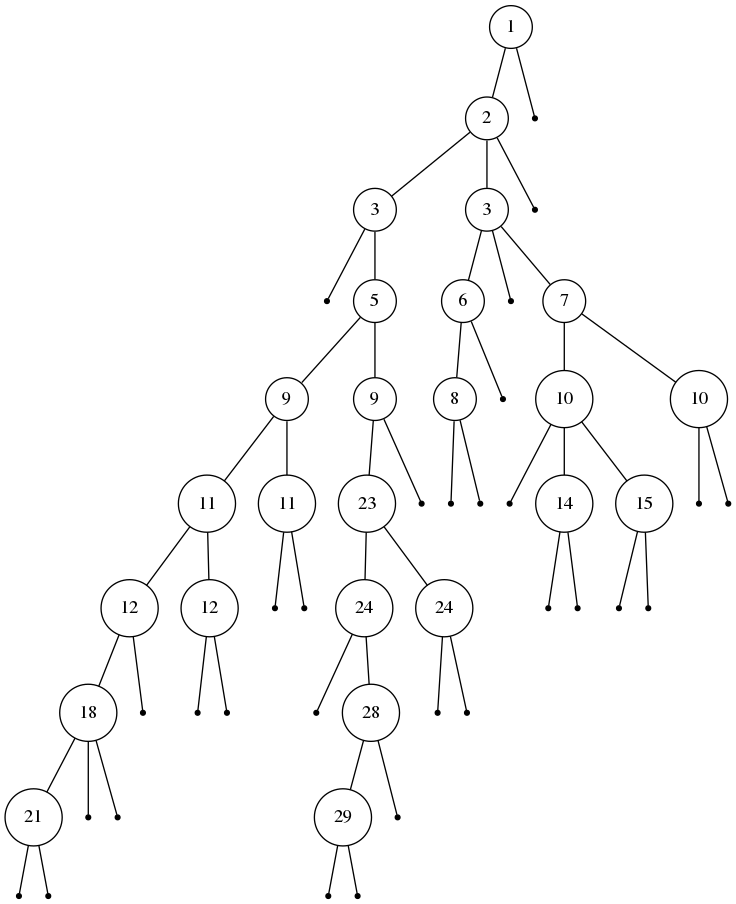
Before: tree/test9.png, a diagram exported from Graphviz (Shaolans/Projet_AAGA). Its source is kept beside it as tree/test9.dot.
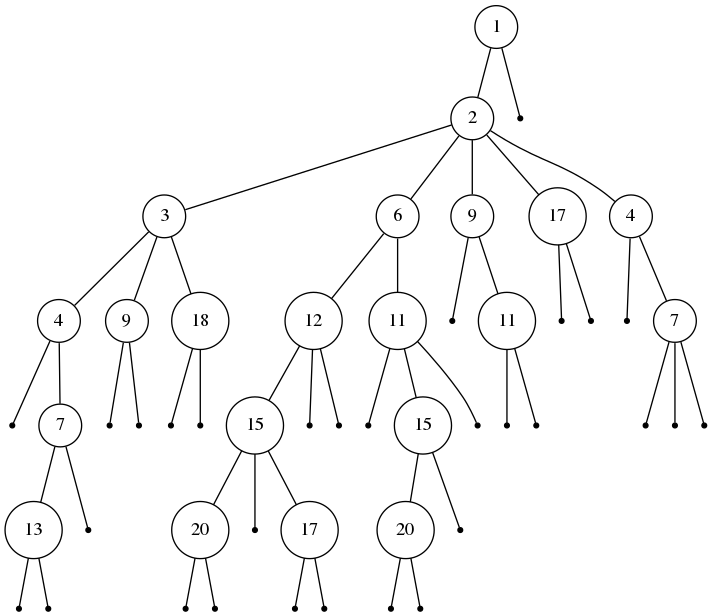
The same file after the commit.

What changed in the source:
```diff
@@ -3,110 +3,102 @@
 treeimplementationSchroderTreeImpl7ea987ac [label="1", shape=circle, width=0.1];
 treeimplementationSchroderTreeImpl7ea987ac -> treeimplementationSchroderTreeImpl12a3a380;
 treeimplementationSchroderTreeImpl7ea987ac -> treeimplementationSchroderTreeImpl29453f44;
+treeimplementationSchroderTreeImpl7ea987ac -> treeimplementationSchroderTreeImpl5cad8086;
 treeimplementationSchroderTreeImpl12a3a380 [label="2", shape=circle, width=0.1];
-treeimplementationSchroderTreeImpl12a3a380 -> treeimplementationSchroderTreeImpl5cad8086;
 treeimplementationSchroderTreeImpl12a3a380 -> treeimplementationSchroderTreeImpl6e0be858;
 treeimplementationSchroderTreeImpl12a3a380 -> treeimplementationSchroderTreeImpl61bbe9ba;
-treeimplementationSchroderTreeImpl5cad8086 [label="3", shape=circle, width=0.1];
-treeimplementationSchroderTreeImpl5cad8086 -> treeimplementationSchroderTreeImpl610455d6;
-treeimplementationSchroderTreeImpl5cad8086 -> treeimplementationSchroderTreeImpl511d50c0;
+treeimplementationSchroderTreeImpl6e0be858 [label="3", shape=circle, width=0.1];
+treeimplementationSchroderTreeImpl6e0be858 -> treeimplementationSchroderTreeImpl610455d6;
+treeimplementationSchroderTreeImpl6e0be858 -> treeimplementationSchroderTreeImpl511d50c0;
 treeimplementationSchroderTreeImpl610455d6 [label="", shape=point];
-treeimplementationSchroderTreeImpl511d50c0 [label="5", shape=circle, width=0.1];
+treeimplementationSchroderTreeImpl511d50c0 [label="7", shape=circle, width=0.1];
 treeimplementationSchroderTreeImpl511d50c0 -> treeimplementationSchroderTreeImpl60e53b93;
 treeimplementationSchroderTreeImpl511d50c0 -> treeimplementationSchroderTreeImpl5e2de80c;
-treeimplementationSchroderTreeImpl60e53b93 [label="9", shape=circle, width=0.1];
+treeimplementationSchroderTreeImpl60e53b93 [label="14", shape=circle, width=0.1];
 treeimplementationSchroderTreeImpl60e53b93 -> treeimplementationSchroderTreeImpl1d44bcfa;
 treeimplementationSchroderTreeImpl60e53b93 -> treeimplementationSchroderTreeImpl266474c2;
-treeimplementationSchroderTreeImpl1d44bcfa [label="11", shape=circle, width=0.1];
-treeimplementationSchroderTreeImpl1d44bcfa -> treeimplementationSchroderTreeImpl6f94fa3e;
-treeimplementationSchroderTreeImpl1d44bcfa -> treeimplementationSchroderTreeImpl5e481248;
-treeimplementationSchroderTreeImpl6f94fa3e [label="12", shape=circle, width=0.1];
-treeimplementationSchroderTreeImpl6f94fa3e -> treeimplementationSchroderTreeImpl66d3c617;
-treeimplementationSchroderTreeImpl6f94fa3e -> treeimplementationSchroderTreeImpl63947c6b;
-treeimplementationSchroderTreeImpl66d3c617 [label="18", shape=circle, width=0.1];
-treeimplementationSchroderTreeImpl66d3c617 -> treeimplementationSchroderTreeImpl2b193f2d;
-treeimplementationSchroderTreeImpl66d3c617 -> treeimplementationSchroderTreeImpl355da254;
-treeimplementationSchroderTreeImpl66d3c617 -> treeimplementationSchroderTreeImpl4dc63996;
-treeimplementationSchroderTreeImpl2b193f2d [label="21", shape=circle, width=0.1];
-treeimplementationSchroderTreeImpl2b193f2d -> treeimplementationSchroderTreeImpld716361;
+treeimplementationSchroderTreeImpl60e53b93 -> treeimplementationSchroderTreeImpl6f94fa3e;
+treeimplementationSchroderTreeImpl1d44bcfa [label="", shape=point];
+treeimplementationSchroderTreeImpl266474c2 [label="", shape=point];
+treeimplementationSchroderTreeImpl6f94fa3e [label="", shape=point];
+treeimplementationSchroderTreeImpl5e2de80c [label="", shape=point];
+treeimplementationSchroderTreeImpl61bbe9ba [label="4", shape=circle, width=0.1];
+treeimplementationSchroderTreeImpl61bbe9ba -> treeimplementationSchroderTreeImpl5e481248;
+treeimplementationSchroderTreeImpl61bbe9ba -> treeimplementationSchroderTreeImpl66d3c617;
+treeimplementationSchroderTreeImpl5e481248 [label="6", shape=circle, width=0.1];
+treeimplementationSchroderTreeImpl5e481248 -> treeimplementationSchroderTreeImpl63947c6b;
+treeimplementationSchroderTreeImpl5e481248 -> treeimplementationSchroderTreeImpl2b193f2d;
+treeimplementationSchroderTreeImpl5e481248 -> treeimplementationSchroderTreeImpl355da254;
+treeimplementationSchroderTreeImpl5e481248 -> treeimplementationSchroderTreeImpl4dc63996;
+treeimplementationSchroderTreeImpl5e481248 -> treeimplementationSchroderTreeImpld716361;
+treeimplementationSchroderTreeImpl63947c6b [label="", shape=point];
+treeimplementationSchroderTreeImpl2b193f2d [label="19", shape=circle, width=0.1];
 treeimplementationSchroderTreeImpl2b193f2d -> treeimplementationSchroderTreeImpl6ff3c5b5;
+treeimplementationSchroderTreeImpl2b193f2d -> treeimplementationSchroderTreeImpl3764951d;
+treeimplementationSchroderTreeImpl6ff3c5b5 [label="", shape=point];
+treeimplementationSchroderTreeImpl3764951d [label="", shape=point];
+treeimplementationSchroderTreeImpl355da254 [label="", shape=point];
+treeimplementationSchroderTreeImpl4dc63996 [label="9", shape=circle, width=0.1];
+treeimplementationSchroderTreeImpl4dc63996 -> treeimplementationSchroderTreeImpl4b1210ee;
+treeimplementationSchroderTreeImpl4dc63996 -> treeimplementationSchroderTreeImpl4d7e1886;
+treeimplementationSchroderTreeImpl4b1210ee [label="16", shape=circle, width=0.1];
+treeimplementationSchroderTreeImpl4b1210ee -> treeimplementationSchroderTreeImpl3cd1a2f1;
+treeimplementationSchroderTreeImpl4b1210ee -> treeimplementationSchroderTreeImpl2f0e140b;
+treeimplementationSchroderTreeImpl3cd1a2f1 [label="", shape=point];
+treeimplementationSchroderTreeImpl2f0e140b [label="", shape=point];
+treeimplementationSchroderTreeImpl4d7e1886 [label="", shape=point];
 treeimplementationSchroderTreeImpld716361 [label="", shape=point];
-treeimplementationSchroderTreeImpl6ff3c5b5 [label="", shape=point];
-treeimplementationSchroderTreeImpl355da254 [label="", shape=point];
-treeimplementationSchroderTreeImpl4dc63996 [label="", shape=point];
-treeimplementationSchroderTreeImpl63947c6b [label="", shape=point];
-treeimplementationSchroderTreeImpl5e481248 [label="12", shape=circle, width=0.1];
-treeimplementationSchroderTreeImpl5e481248 -> treeimplementationSchroderTreeImpl3764951d;
-treeimplementationSchroderTreeImpl5e481248 -> treeimplementationSchroderTreeImpl4b1210ee;
-treeimplementationSchroderTreeImpl3764951d [label="", shape=point];
-treeimplementationSchroderTreeImpl4b1210ee [label="", shape=point];
-treeimplementationSchroderTreeImpl266474c2 [label="11", shape=circle, width=0.1];
-treeimplementationSchroderTreeImpl266474c2 -> treeimplementationSchroderTreeImpl4d7e1886;
-treeimplementationSchroderTreeImpl266474c2 -> treeimplementationSchroderTreeImpl3cd1a2f1;
-treeimplementationSchroderTreeImpl4d7e1886 [label="", shape=point];
-treeimplementationSchroderTreeImpl3cd1a2f1 [label="", shape=point];
-treeimplementationSchroderTreeImpl5e2de80c [label="9", shape=circle, width=0.1];
-treeimplementationSchroderTreeImpl5e2de80c -> treeimplementationSchroderTreeImpl2f0e140b;
-treeimplementationSchroderTreeImpl5e2de80c -> treeimplementationSchroderTreeImpl7440e464;
-treeimplementationSchroderTreeImpl2f0e140b [label="23", shape=circle, width=0.1];
-treeimplementationSchroderTreeImpl2f0e140b -> treeimplementationSchroderTreeImpl49476842;
-treeimplementationSchroderTreeImpl2f0e140b -> treeimplementationSchroderTreeImpl78308db1;
-treeimplementationSchroderTreeImpl49476842 [label="24", shape=circle, width=0.1];
-treeimplementationSchroderTreeImpl49476842 -> treeimplementationSchroderTreeImpl27c170f0;
-treeimplementationSchroderTreeImpl49476842 -> treeimplementationSchroderTreeImpl5451c3a8;
+treeimplementationSchroderTreeImpl66d3c617 [label="5", shape=circle, width=0.1];
+treeimplementationSchroderTreeImpl66d3c617 -> treeimplementationSchroderTreeImpl7440e464;
+treeimplementationSchroderTreeImpl66d3c617 -> treeimplementationSchroderTreeImpl49476842;
+treeimplementationSchroderTreeImpl66d3c617 -> treeimplementationSchroderTreeImpl78308db1;
+treeimplementationSchroderTreeImpl7440e464 [label="21", shape=circle, width=0.1];
+treeimplementationSchroderTreeImpl7440e464 -> treeimplementationSchroderTreeImpl27c170f0;
+treeimplementationSchroderTreeImpl7440e464 -> treeimplementationSchroderTreeImpl5451c3a8;
 treeimplementationSchroderTreeImpl27c170f0 [label="", shape=point];
-treeimplementationSchroderTreeImpl5451c3a8 [label="28", shape=circle, width=0.1];
-treeimplementationSchroderTreeImpl5451c3a8 -> treeimplementationSchroderTreeImpl2626b418;
-treeimplementationSchroderTreeImpl5451c3a8 -> treeimplementationSchroderTreeImpl5a07e868;
-treeimplementationSchroderTreeImpl2626b418 [label="29", shape=circle, width=0.1];
-treeimplementationSchroderTreeImpl2626b418 -> treeimplementationSchroderTreeImpl76ed5528;
-treeimplementationSchroderTreeImpl2626b418 -> treeimplementationSchroderTreeImpl2c7b84de;
-treeimplementationSchroderTreeImpl76ed5528 [label="", shape=point];
+treeimplementationSchroderTreeImpl5451c3a8 [label="", shape=point];
+treeimplementationSchroderTreeImpl49476842 [label="17", shape=circle, width=0.1];
+treeimplementationSchroderTreeImpl49476842 -> treeimplementationSchroderTreeImpl2626b418;
+treeimplementationSchroderTreeImpl49476842 -> treeimplementationSchroderTreeImpl5a07e868;
+treeimplementationSchroderTreeImpl2626b418 [label="", shape=point];
+treeimplementationSchroderTreeImpl5a07e868 [label="", shape=point];
+treeimplementationSchroderTreeImpl78308db1 [label="10", shape=circle, width=0.1];
+treeimplementationSchroderTreeImpl78308db1 -> treeimplementationSchroderTreeImpl76ed5528;
+treeimplementationSchroderTreeImpl78308db1 -> treeimplementationSchroderTreeImpl2c7b84de;
+treeimplementationSchroderTreeImpl76ed5528 [label="11", shape=circle, width=0.1];
+treeimplementationSchroderTreeImpl76ed5528 -> treeimplementationSchroderTreeImpl3fee733d;
+treeimplementationSchroderTreeImpl76ed5528 -> treeimplementationSchroderTreeImpl5acf9800;
+treeimplementationSchroderTreeImpl3fee733d [label="18", shape=circle, width=0.1];
+treeimplementationSchroderTreeImpl3fee733d -> treeimplementationSchroderTreeImpl4617c264;
+treeimplementationSchroderTreeImpl3fee733d -> treeimplementationSchroderTreeImpl36baf30c;
+treeimplementationSchroderTreeImpl4617c264 [label="", shape=point];
+treeimplementationSchroderTreeImpl36baf30c [label="", shape=point];
+treeimplementationSchroderTreeImpl5acf9800 [label="", shape=point];
 treeimplementationSchroderTreeImpl2c7b84de [label="", shape=point];
-treeimplementationSchroderTreeImpl5a07e868 [label="", shape=point];
-treeimplementationSchroderTreeImpl78308db1 [label="24", shape=circle, width=0.1];
-treeimplementationSchroderTreeImpl78308db1 -> treeimplementationSchroderTreeImpl3fee733d;
-treeimplementationSchroderTreeImpl78308db1 -> treeimplementationSchroderTreeImpl5acf9800;
-treeimplementationSchroderTreeImpl3fee733d [label="", shape=point];
-treeimplementationSchroderTreeImpl5acf9800 [label="", shape=point];
-treeimplementationSchroderTreeImpl7440e464 [label="", shape=point];
-treeimplementationSchroderTreeImpl6e0be858 [label="3", shape=circle, width=0.1];
-treeimplementationSchroderTreeImpl6e0be858 -> treeimplementationSchroderTreeImpl4617c264;
-treeimplementationSchroderTreeImpl6e0be858 -> treeimplementationSchroderTreeImpl36baf30c;
-treeimplementationSchroderTreeImpl6e0be858 -> treeimplementationSchroderTreeImpl7a81197d;
-treeimplementationSchroderTreeImpl4617c264 [label="6", shape=circle, width=0.1];
-treeimplementationSchroderTreeImpl4617c264 -> treeimplementationSchroderTreeImpl5ca881b5;
-treeimplementationSchroderTreeImpl4617c264 -> treeimplementationSchroderTreeImpl24d46ca6;
-treeimplementationSchroderTreeImpl5ca881b5 [label="8", shape=circle, width=0.1];
-treeimplementationSchroderTreeImpl5ca881b5 -> treeimplementationSchroderTreeImpl4517d9a3;
-treeimplementationSchroderTreeImpl5ca881b5 -> treeimplementationSchroderTreeImpl372f7a8d;
-treeimplementationSchroderTreeImpl4517d9a3 [label="", shape=point];
-treeimplementationSchroderTreeImpl372f7a8d [label="", shape=point];
-treeimplementationSchroderTreeImpl24d46ca6 [label="", shape=point];
-treeimplementationSchroderTreeImpl36baf30c [label="", shape=point];
-treeimplementationSchroderTreeImpl7a81197d [label="7", shape=circle, width=0.1];
+treeimplementationSchroderTreeImpl29453f44 [label="5", shape=circle, width=0.1];
+treeimplementationSchroderTreeImpl29453f44 -> treeimplementationSchroderTreeImpl7a81197d;
+treeimplementationSchroderTreeImpl29453f44 -> treeimplementationSchroderTreeImpl5ca881b5;
+treeimplementationSchroderTreeImpl29453f44 -> treeimplementationSchroderTreeImpl24d46ca6;
+treeimplementationSchroderTreeImpl29453f44 -> treeimplementationSchroderTreeImpl4517d9a3;
+treeimplementationSchroderTreeImpl7a81197d [label="12", shape=circle, width=0.1];
+treeimplementationSchroderTreeImpl7a81197d -> treeimplementationSchroderTreeImpl372f7a8d;
 treeimplementationSchroderTreeImpl7a81197d -> treeimplementationSchroderTreeImpl2f92e0f4;
-treeimplementationSchroderTreeImpl7a81197d -> treeimplementationSchroderTreeImpl28a418fc;
-treeimplementationSchroderTreeImpl2f92e0f4 [label="10", shape=circle, width=0.1];
-treeimplementationSchroderTreeImpl2f92e0f4 -> treeimplementationSchroderTreeImpl5305068a;
+treeimplementationSchroderTreeImpl372f7a8d [label="13", shape=circle, width=0.1];
+treeimplementationSchroderTreeImpl372f7a8d -> treeimplementationSchroderTreeImpl28a418fc;
+treeimplementationSchroderTreeImpl372f7a8d -> treeimplementationSchroderTreeImpl5305068a;
+treeimplementationSchroderTreeImpl28a418fc [label="", shape=point];
+treeimplementationSchroderTreeImpl5305068a [label="", shape=point];
+treeimplementationSchroderTreeImpl2f92e0f4 [label="18", shape=circle, width=0.1];
 treeimplementationSchroderTreeImpl2f92e0f4 -> treeimplementationSchroderTreeImpl1f32e575;
 treeimplementationSchroderTreeImpl2f92e0f4 -> treeimplementationSchroderTreeImpl279f2327;
-treeimplementationSchroderTreeImpl5305068a [label="", shape=point];
-treeimplementationSchroderTreeImpl1f32e575 [label="14", shape=circle, width=0.1];
-treeimplementationSchroderTreeImpl1f32e575 -> treeimplementationSchroderTreeImpl2ff4acd0;
-treeimplementationSchroderTreeImpl1f32e575 -> treeimplementationSchroderTreeImpl54bedef2;
+treeimplementationSchroderTreeImpl1f32e575 [label="", shape=point];
+treeimplementationSchroderTreeImpl279f2327 [label="", shape=point];
+treeimplementationSchroderTreeImpl5ca881b5 [label="", shape=point];
+treeimplementationSchroderTreeImpl24d46ca6 [label="", shape=point];
+treeimplementationSchroderTreeImpl4517d9a3 [label="14", shape=circle, width=0.1];
+treeimplementationSchroderTreeImpl4517d9a3 -> treeimplementationSchroderTreeImpl2ff4acd0;
+treeimplementationSchroderTreeImpl4517d9a3 -> treeimplementationSchroderTreeImpl54bedef2;
 treeimplementationSchroderTreeImpl2ff4acd0 [label="", shape=point];
 treeimplementationSchroderTreeImpl54bedef2 [label="", shape=point];
-treeimplementationSchroderTreeImpl279f2327 [label="15", shape=circle, width=0.1];
-treeimplementationSchroderTreeImpl279f2327 -> treeimplementationSchroderTreeImpl5caf905d;
-treeimplementationSchroderTreeImpl279f2327 -> treeimplementationSchroderTreeImpl27716f4;
-treeimplementationSchroderTreeImpl5caf905d [label="", shape=point];
-treeimplementationSchroderTreeImpl27716f4 [label="", shape=point];
-treeimplementationSchroderTreeImpl28a418fc [label="10", shape=circle, width=0.1];
-treeimplementationSchroderTreeImpl28a418fc -> treeimplementationSchroderTreeImpl8efb846;
-treeimplementationSchroderTreeImpl28a418fc -> treeimplementationSchroderTreeImpl2a84aee7;
-treeimplementationSchroderTreeImpl8efb846 [label="", shape=point];
-treeimplementationSchroderTreeImpl2a84aee7 [label="", shape=point];
-treeimplementationSchroderTreeImpl61bbe9ba [label="", shape=point];
-treeimplementationSchroderTreeImpl29453f44 [label="", shape=point];
+treeimplementationSchroderTreeImpl5cad8086 [label="", shape=point];
 }
```
